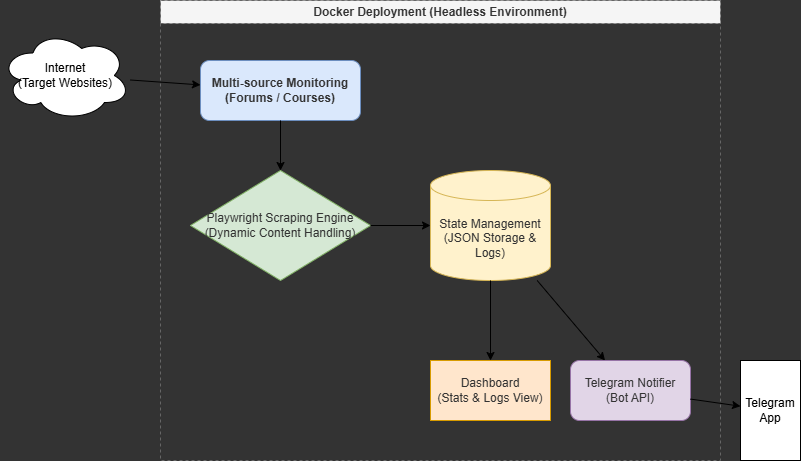
Above: images/architecture.png in WesamAtia-dev/smart-ads-monitor-docs (draw.io), before the change. Source tidied: cells renumbered, new cells last; positions are measured from the earlier drawing's top-left corner, leaving out a move shared by most shapes. Its diagram source:
```xml
<mxGraphModel background="#333333">
  <root>
    <mxCell id="0" />
    <mxCell id="1" parent="0" />
    <mxCell id="2" value="Docker Deployment (Headless Environment)" style="swimlane;whiteSpace=wrap;html=1;dashed=1;fillColor=#f5f5f5;fontColor=#333333;strokeColor=#666666;" parent="1" vertex="1">
      <mxGeometry x="160" width="560" height="460" as="geometry" />
    </mxCell>
    <mxCell id="3" value="&lt;font style=&quot;color: rgb(51, 51, 51);&quot;&gt;Multi-source Monitoring&lt;br&gt;(Forums / Courses)&lt;/font&gt;" style="rounded=1;whiteSpace=wrap;html=1;fillColor=#dae8fc;strokeColor=#6c8ebf;fontStyle=1;" parent="2" vertex="1">
      <mxGeometry x="40" y="60" width="160" height="60" as="geometry" />
    </mxCell>
    <mxCell id="4" value="&lt;font style=&quot;color: rgb(51, 51, 51);&quot;&gt;Playwright Scraping Engine&lt;br&gt;(Dynamic Content Handling)&lt;/font&gt;" style="rhombus;whiteSpace=wrap;html=1;fillColor=#d5e8d4;strokeColor=#82b366;" parent="2" vertex="1">
      <mxGeometry x="30" y="170" width="180" height="110" as="geometry" />
    </mxCell>
    <mxCell id="5" value="&lt;font style=&quot;color: rgb(51, 51, 51);&quot;&gt;State Management&lt;br&gt;(JSON Storage &amp;amp; Logs)&lt;/font&gt;" style="shape=cylinder3;whiteSpace=wrap;html=1;boundedLbl=1;backgroundOutline=1;size=15;fillColor=#fff2cc;strokeColor=#d6b656;" parent="2" vertex="1">
      <mxGeometry x="270" y="170" width="120" height="110" as="geometry" />
    </mxCell>
    <mxCell id="6" value="&lt;font style=&quot;color: rgb(51, 51, 51);&quot;&gt;Telegram Notifier&lt;br&gt;(Bot API)&lt;/font&gt;" style="rounded=1;whiteSpace=wrap;html=1;fillColor=#e1d5e7;strokeColor=#9673a6;" parent="2" vertex="1">
      <mxGeometry x="410" y="360" width="120" height="60" as="geometry" />
    </mxCell>
    <mxCell id="7" value="&lt;font style=&quot;color: rgb(51, 51, 51);&quot;&gt;Dashboard&lt;br&gt;(Stats &amp;amp; Logs View)&lt;/font&gt;" style="whiteSpace=wrap;html=1;fillColor=#ffe6cc;strokeColor=#d79b00;" parent="2" vertex="1">
      <mxGeometry x="270" y="360" width="120" height="60" as="geometry" />
    </mxCell>
    <mxCell id="8" parent="2" edge="1" source="3" target="4">
      <mxGeometry relative="1" as="geometry" />
    </mxCell>
    <mxCell id="9" parent="2" edge="1" source="4" target="5">
      <mxGeometry relative="1" as="geometry" />
    </mxCell>
    <mxCell id="10" parent="2" edge="1" source="5" target="7">
      <mxGeometry relative="1" as="geometry" />
    </mxCell>
    <mxCell id="11" parent="2" edge="1" source="5" target="6">
      <mxGeometry relative="1" as="geometry" />
    </mxCell>
    <mxCell id="12" value="Internet&#10;(Target Websites)" style="ellipse;shape=cloud;whiteSpace=wrap;html=1;" parent="1" vertex="1">
      <mxGeometry y="30" width="130" height="90" as="geometry" />
    </mxCell>
    <mxCell id="13" value="Telegram App" style="shape=mobile;whiteSpace=wrap;html=1;" parent="1" vertex="1">
      <mxGeometry x="740" y="360" width="60" height="100" as="geometry" />
    </mxCell>
    <mxCell id="14" parent="1" edge="1" source="12" target="3">
      <mxGeometry relative="1" as="geometry" />
    </mxCell>
    <mxCell id="15" parent="1" edge="1" source="6" target="13">
      <mxGeometry relative="1" as="geometry" />
    </mxCell>
  </root>
</mxGraphModel>
```
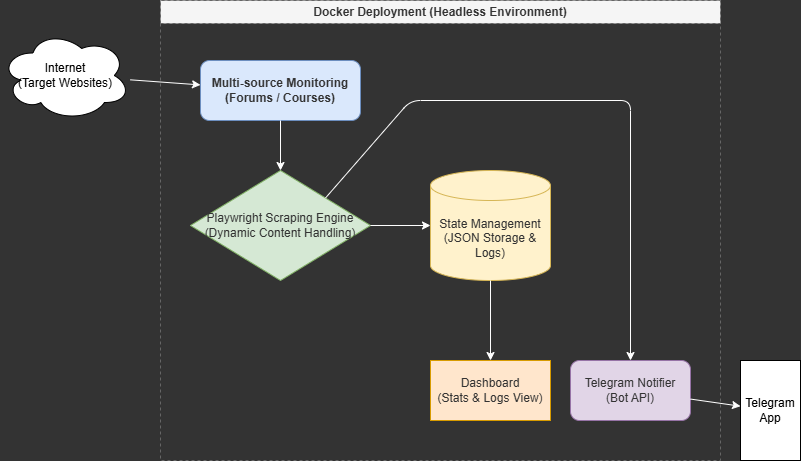
After the change.

Commit message:
Add README screenshots and images folder again

Diff of the diagram source:
```diff
@@ -20,17 +20,22 @@
     <mxCell id="7" value="&lt;font style=&quot;color: rgb(51, 51, 51);&quot;&gt;Dashboard&lt;br&gt;(Stats &amp;amp; Logs View)&lt;/font&gt;" style="whiteSpace=wrap;html=1;fillColor=#ffe6cc;strokeColor=#d79b00;" parent="2" vertex="1">
       <mxGeometry x="270" y="360" width="120" height="60" as="geometry" />
     </mxCell>
-    <mxCell id="8" parent="2" edge="1" source="3" target="4">
+    <mxCell id="8" style="strokeColor=#FFFFFF;" parent="2" edge="1" source="3" target="4">
       <mxGeometry relative="1" as="geometry" />
     </mxCell>
-    <mxCell id="9" parent="2" edge="1" source="4" target="5">
+    <mxCell id="9" style="strokeColor=#FFFFFF;" parent="2" edge="1" source="4" target="5">
       <mxGeometry relative="1" as="geometry" />
     </mxCell>
-    <mxCell id="10" parent="2" edge="1" source="5" target="7">
+    <mxCell id="10" style="strokeColor=#FFFFFF;" parent="2" edge="1" source="5" target="7">
       <mxGeometry relative="1" as="geometry" />
     </mxCell>
-    <mxCell id="11" parent="2" edge="1" source="5" target="6">
-      <mxGeometry relative="1" as="geometry" />
+    <mxCell id="11" style="exitX=1;exitY=0;exitDx=0;exitDy=0;strokeColor=#FFFFFF;" parent="2" edge="1" source="4" target="6">
+      <mxGeometry relative="1" as="geometry">
+        <Array as="points">
+          <mxPoint x="250" y="100" />
+          <mxPoint x="470" y="100" />
+        </Array>
+      </mxGeometry>
     </mxCell>
     <mxCell id="12" value="Internet&#10;(Target Websites)" style="ellipse;shape=cloud;whiteSpace=wrap;html=1;" parent="1" vertex="1">
       <mxGeometry y="30" width="130" height="90" as="geometry" />
@@ -38,10 +43,10 @@
     <mxCell id="13" value="Telegram App" style="shape=mobile;whiteSpace=wrap;html=1;" parent="1" vertex="1">
       <mxGeometry x="740" y="360" width="60" height="100" as="geometry" />
     </mxCell>
-    <mxCell id="14" parent="1" edge="1" source="12" target="3">
+    <mxCell id="14" style="strokeColor=#FFFFFF;" parent="1" edge="1" source="12" target="3">
       <mxGeometry relative="1" as="geometry" />
     </mxCell>
-    <mxCell id="15" parent="1" edge="1" source="6" target="13">
+    <mxCell id="15" style="strokeColor=#FFFFFF;" parent="1" edge="1" source="6" target="13">
       <mxGeometry relative="1" as="geometry" />
     </mxCell>
   </root>
```
